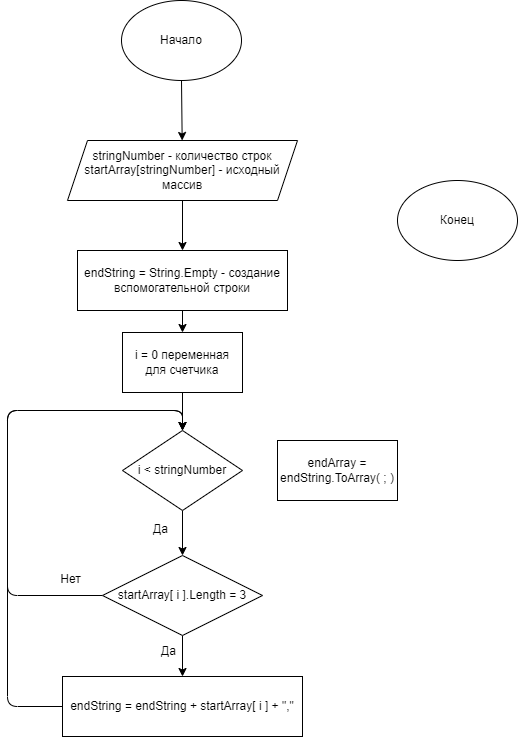
The draw.io diagram Block diagram.drawio.png in VasiliyMikhaylov91/FirstControlTest, before a commit. Source tidied: cells renumbered, new cells last; positions are measured from the earlier drawing's top-left corner, leaving out a move shared by most shapes.
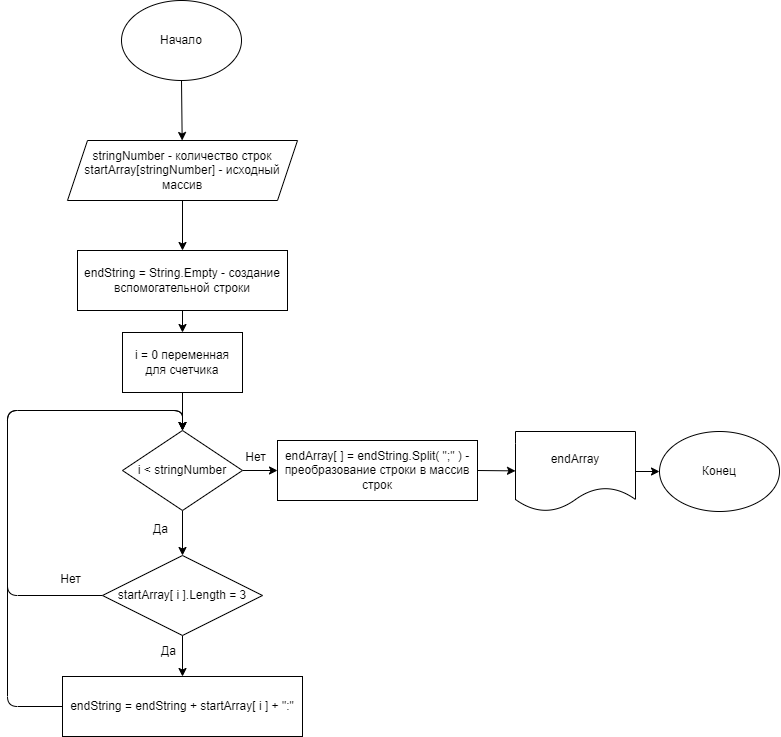
After the commit.

What changed in the source:
```diff
@@ -2,14 +2,16 @@
   <root>
     <mxCell id="0" />
     <mxCell id="1" parent="0" />
-    <mxCell id="2" style="edgeStyle=none;html=1;exitX=0.5;exitY=1;exitDx=0;exitDy=0;" parent="1" edge="1" source="3" target="6">
-      <mxGeometry relative="1" as="geometry" />
+    <mxCell id="2" style="edgeStyle=none;html=1;exitX=0.5;exitY=1;exitDx=0;exitDy=0;" parent="1" edge="1" target="6">
+      <mxGeometry relative="1" as="geometry">
+        <mxPoint x="174" y="80" as="sourcePoint" />
+      </mxGeometry>
     </mxCell>
     <mxCell id="3" value="Начало" style="ellipse;whiteSpace=wrap;html=1;" parent="1" vertex="1">
       <mxGeometry x="114" width="120" height="80" as="geometry" />
     </mxCell>
     <mxCell id="4" value="Конец" style="ellipse;whiteSpace=wrap;html=1;" parent="1" vertex="1">
-      <mxGeometry x="390" y="180" width="120" height="80" as="geometry" />
+      <mxGeometry x="652" y="431" width="120" height="80" as="geometry" />
     </mxCell>
     <mxCell id="5" style="edgeStyle=none;html=1;exitX=0.5;exitY=1;exitDx=0;exitDy=0;entryX=0.5;entryY=0;entryDx=0;entryDy=0;" parent="1" edge="1" source="6" target="8">
       <mxGeometry relative="1" as="geometry" />
@@ -32,6 +34,9 @@
     <mxCell id="11" style="edgeStyle=none;html=1;exitX=0.5;exitY=1;exitDx=0;exitDy=0;entryX=0.5;entryY=0;entryDx=0;entryDy=0;" parent="1" edge="1" source="12" target="15">
       <mxGeometry relative="1" as="geometry" />
     </mxCell>
+    <mxCell id="22" style="edgeStyle=none;html=1;exitX=1;exitY=0.5;exitDx=0;exitDy=0;entryX=0;entryY=0.5;entryDx=0;entryDy=0;" parent="1" edge="1" source="12" target="21">
+      <mxGeometry relative="1" as="geometry" />
+    </mxCell>
     <mxCell id="12" value="i &amp;lt; stringNumber" style="rhombus;whiteSpace=wrap;html=1;" parent="1" vertex="1">
       <mxGeometry x="115" y="430" width="120" height="80" as="geometry" />
     </mxCell>
@@ -62,7 +67,7 @@
         </Array>
       </mxGeometry>
     </mxCell>
-    <mxCell id="18" value="endString = endString + startArray[ i ] + &quot;,&quot;" style="rounded=0;whiteSpace=wrap;html=1;" parent="1" vertex="1">
+    <mxCell id="18" value="endString = endString + startArray[ i ] + &quot;:&quot;" style="rounded=0;whiteSpace=wrap;html=1;" parent="1" vertex="1">
       <mxGeometry x="55" y="676" width="240" height="60" as="geometry" />
     </mxCell>
     <mxCell id="19" value="Да" style="text;html=1;align=center;verticalAlign=middle;strokeColor=none;fillColor=none;" parent="1" vertex="1">
@@ -71,8 +76,20 @@
     <mxCell id="20" value="Нет" style="text;html=1;align=center;verticalAlign=middle;strokeColor=none;fillColor=none;" parent="1" vertex="1">
       <mxGeometry x="43" y="569" width="40" height="20" as="geometry" />
     </mxCell>
+    <mxCell id="23" style="edgeStyle=none;html=1;exitX=1;exitY=0.5;exitDx=0;exitDy=0;" parent="1" edge="1" source="21" target="26">
+      <mxGeometry relative="1" as="geometry" />
+    </mxCell>
-    <mxCell id="21" value="endArray = endString.ToArray( ; )" style="rounded=0;whiteSpace=wrap;html=1;" parent="1" vertex="1">
-      <mxGeometry x="270" y="440" width="120" height="60" as="geometry" />
+    <mxCell id="21" value="endArray[ ] = endString.Split( &quot;;&quot; ) - преобразование строки в массив строк" style="rounded=0;whiteSpace=wrap;html=1;" parent="1" vertex="1">
+      <mxGeometry x="270" y="440" width="200" height="60" as="geometry" />
     </mxCell>
+    <mxCell id="24" value="Нет" style="text;html=1;align=center;verticalAlign=middle;strokeColor=none;fillColor=none;" parent="1" vertex="1">
+      <mxGeometry x="228" y="447" width="40" height="20" as="geometry" />
+    </mxCell>
+    <mxCell id="25" style="edgeStyle=none;html=1;exitX=1;exitY=0.5;exitDx=0;exitDy=0;entryX=0;entryY=0.5;entryDx=0;entryDy=0;" parent="1" edge="1" source="26" target="4">
+      <mxGeometry relative="1" as="geometry" />
+    </mxCell>
+    <mxCell id="26" value="endArray" style="shape=document;whiteSpace=wrap;html=1;boundedLbl=1;" parent="1" vertex="1">
+      <mxGeometry x="508" y="431" width="120" height="80" as="geometry" />
+    </mxCell>
   </root>
 </mxGraphModel>
```
